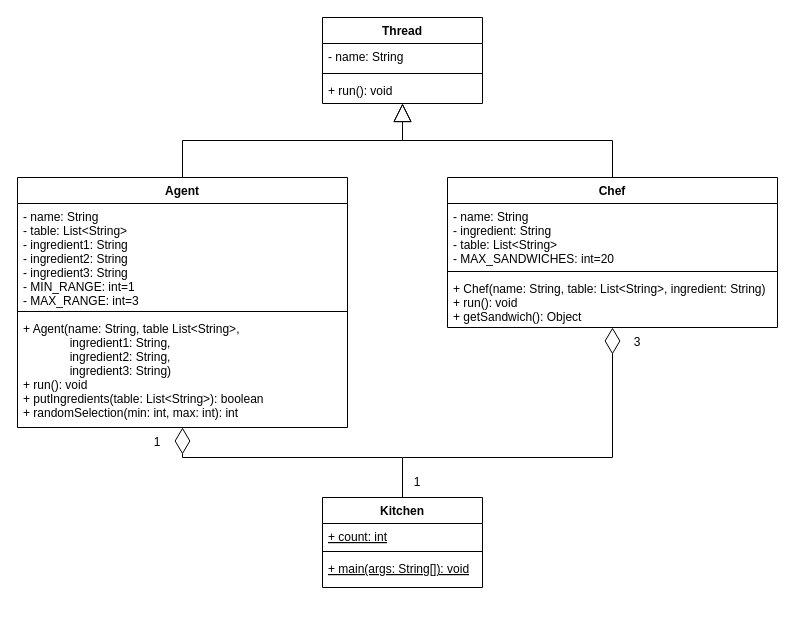
This is page "class" (1 of 2) of UML.drawio from trong0dn/sandwich-problem, a draw.io file, before an edit. Source tidied: cells renumbered, new cells numbered last; positions are measured from the earlier drawing's top-left corner, leaving out a move shared by most shapes. Both pictures are drawn from the tidied source at 100%, with x=0, y=0 at pixel (17, 17).
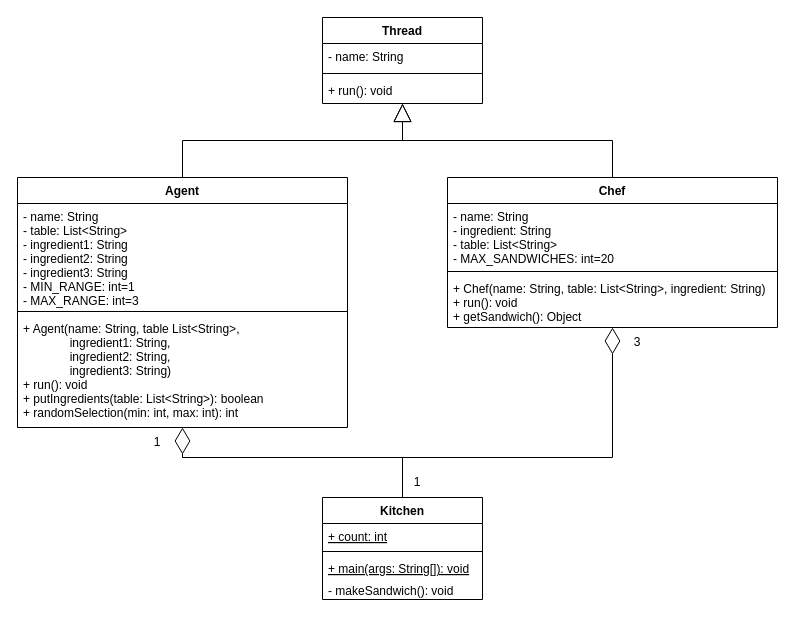
Above is the later version.

Diff of the diagram source:
```diff
@@
     <mxCell id="6" value="Kitchen" style="swimlane;fontStyle=1;align=center;verticalAlign=top;horizontal=1;startSize=26;" parent="1" vertex="1">
-      <mxGeometry x="305" y="480" width="160" height="90" as="geometry" />
+      <mxGeometry x="305" y="480" width="160" height="102" as="geometry" />
     </mxCell>
@@
-    <mxCell id="9" value="+ main(args: String[]): void" style="text;strokeColor=none;fillColor=none;align=left;verticalAlign=top;spacingLeft=4;spacingRight=4;overflow=hidden;fontStyle=4;" parent="6" vertex="1">
-      <mxGeometry y="58" width="160" height="32" as="geometry" />
+    <mxCell id="9" value="+ main(args: String[]): void&#10;" style="text;strokeColor=none;fillColor=none;align=left;verticalAlign=top;spacingLeft=4;spacingRight=4;overflow=hidden;fontStyle=4;" parent="6" vertex="1">
+      <mxGeometry y="58" width="160" height="22" as="geometry" />
     </mxCell>
+    <mxCell id="25" value="- makeSandwich(): void" style="text;strokeColor=none;fillColor=none;align=left;verticalAlign=top;spacingLeft=4;spacingRight=4;overflow=hidden;fontStyle=0;" parent="6" vertex="1">
+      <mxGeometry y="80" width="160" height="22" as="geometry" />
+    </mxCell>
```
